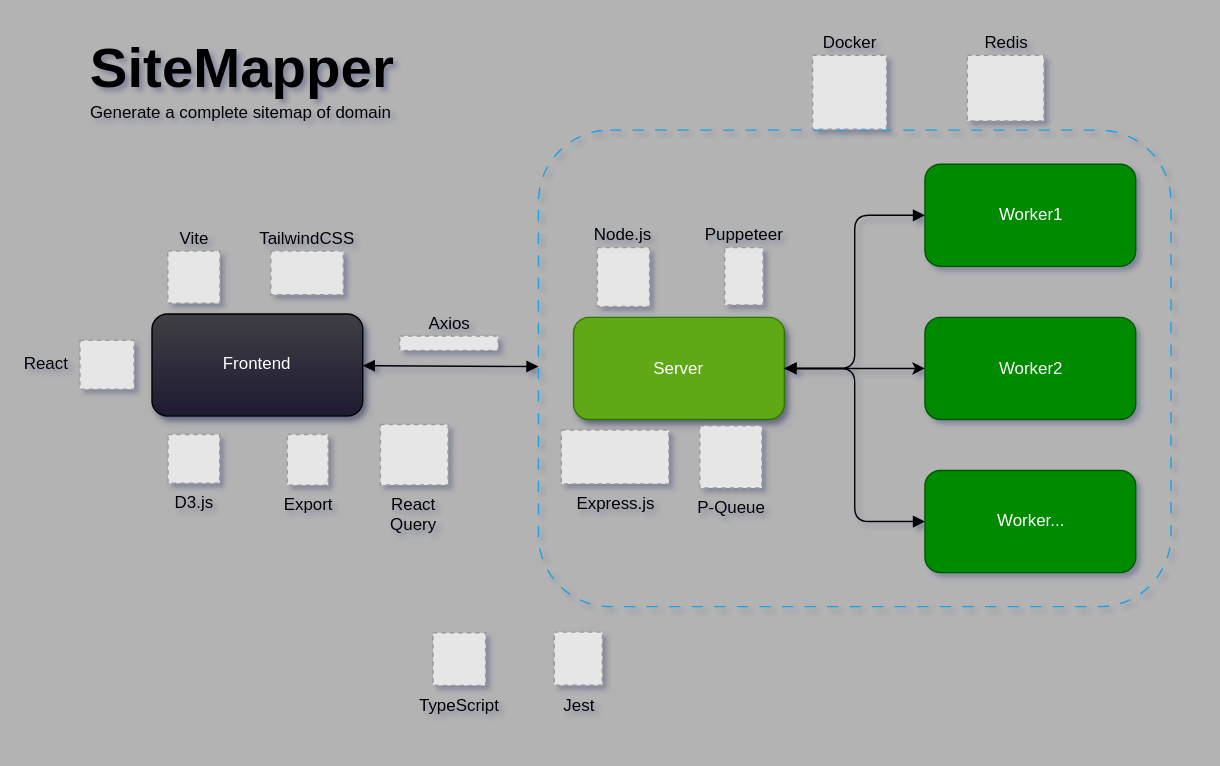
Earlier version of the draw.io diagram .github/diagram.drawio (brunosduarte/project-web-crawler). Source tidied: cells renumbered, new cells numbered last; positions are measured from the earlier drawing's top-left corner, leaving out a move shared by most shapes. Both pictures are drawn from the tidied source at 141%, with x=0, y=0 at pixel (76, 24). Pictures stored in the file or linked from it are replaced by grey dashed boxes.
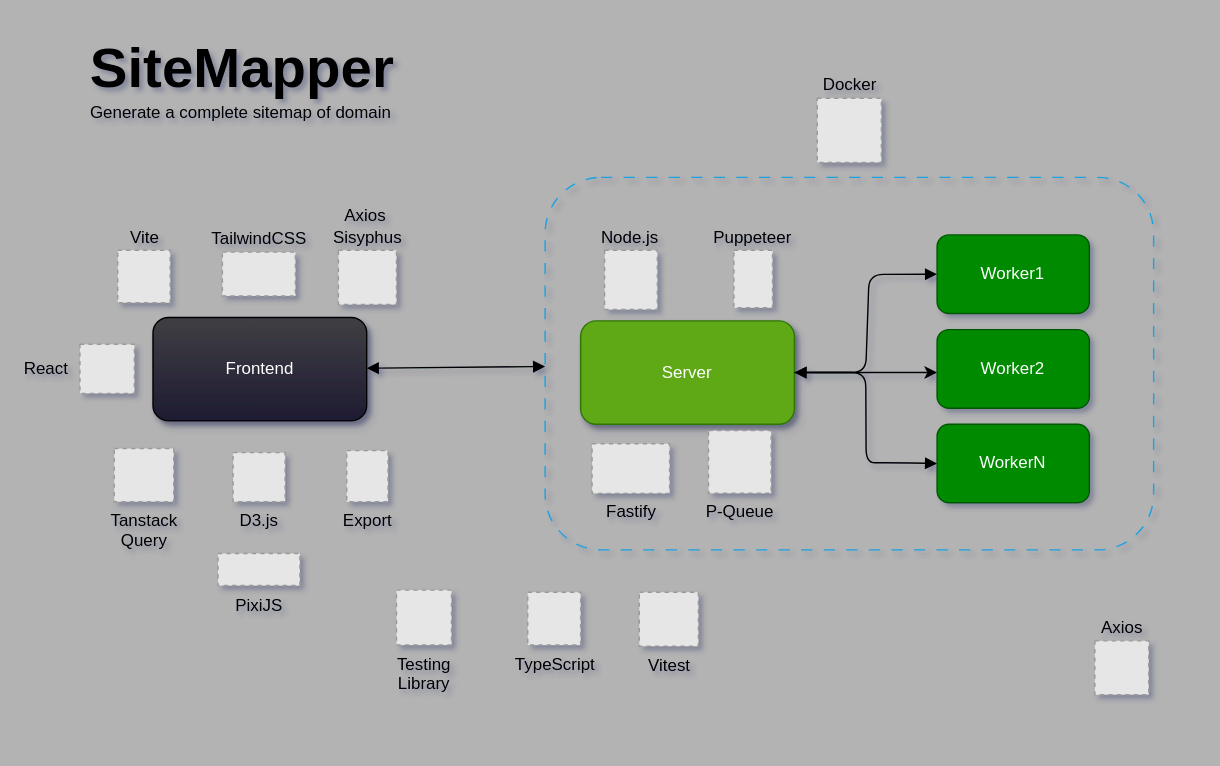
After the change.

Diff of the diagram source:
```diff
@@
-    <mxCell id="2" style="group;" parent="1" vertex="1">
-      <mxGeometry width="776" height="469" as="geometry" />
+    <mxCell id="2" style="group;labelPosition=center;verticalLabelPosition=top;align=center;verticalAlign=bottom;" parent="1" vertex="1">
+      <mxGeometry width="787" height="502.3" as="geometry" />
     </mxCell>
     <mxCell id="3" style="rounded=1;whiteSpace=wrap;html=1;fillColor=none;dashed=1;dashPattern=8 8;strokeColor=#1BA1E2;fontColor=#ffffff;" parent="2" vertex="1">
-      <mxGeometry x="327.4" y="74.8" width="448.6" height="337.9" as="geometry" />
+      <mxGeometry x="332.1" y="108.3" width="431.6" height="264.2" as="geometry" />
     </mxCell>
     <mxCell id="4" value="Server" style="rounded=1;whiteSpace=wrap;html=1;fillColor=#60a917;fontColor=#ffffff;strokeColor=#2D7600;shadow=1;" parent="2" vertex="1">
-      <mxGeometry x="352.3" y="207.6" width="149.5" height="72.4" as="geometry" />
+      <mxGeometry x="357.3" y="210.1" width="151.6" height="73.3" as="geometry" />
     </mxCell>
     <mxCell id="5" value="&lt;font color=&quot;#ffffff&quot;&gt;Frontend&lt;/font&gt;" style="rounded=1;html=1;fillColor=#403F44;gradientColor=#1E1B32;gradientDirection=south;glass=0;shadow=1;labelBackgroundColor=none;labelBorderColor=none;whiteSpace=wrap;fontStyle=0;" parent="2" vertex="1">
-      <mxGeometry x="53.3" y="205.2" width="149.5" height="72.4" as="geometry" />
+      <mxGeometry x="54" y="207.7" width="151.6" height="73.3" as="geometry" />
     </mxCell>
     <mxCell id="6" style="edgeStyle=none;html=1;exitX=0;exitY=0.5;exitDx=0;exitDy=0;startArrow=block;startFill=1;endArrow=block;endFill=1;rounded=1;" parent="2" edge="1" source="7">
       <mxGeometry relative="1" as="geometry">
-        <mxPoint x="501.9" y="243.8" as="targetPoint" />
+        <mxPoint x="509" y="246.7" as="targetPoint" />
         <Array as="points">
-          <mxPoint x="551.7" y="135.2" />
-          <mxPoint x="551.7" y="243.8" />
+          <mxPoint x="561.9" y="177.1" />
+          <mxPoint x="559.5" y="246.7" />
         </Array>
       </mxGeometry>
     </mxCell>
     <mxCell id="7" value="Worker1" style="rounded=1;whiteSpace=wrap;html=1;fillColor=#008a00;fontColor=#ffffff;strokeColor=#005700;" parent="2" vertex="1">
-      <mxGeometry x="601.5" y="99" width="149.5" height="72.4" as="geometry" />
+      <mxGeometry x="610.1" y="149.1" width="108" height="55.7" as="geometry" />
     </mxCell>
-    <mxCell id="8" value="Worker2" style="rounded=1;whiteSpace=wrap;html=1;fillColor=#008a00;fontColor=#ffffff;strokeColor=#005700;" parent="2" vertex="1">
-      <mxGeometry x="601.5" y="207.6" width="149.5" height="72.4" as="geometry" />
-    </mxCell>
-    <mxCell id="9" value="Worker..." style="rounded=1;whiteSpace=wrap;html=1;fillColor=#008a00;fontColor=#ffffff;strokeColor=#005700;" parent="2" vertex="1">
-      <mxGeometry x="601.5" y="316.2" width="149.5" height="72.4" as="geometry" />
-    </mxCell>
-    <mxCell id="10" style="html=1;rounded=1;" parent="2" edge="1" source="4" target="8">
+    <mxCell id="10" style="html=1;rounded=1;" parent="2" edge="1" source="4">
       <mxGeometry relative="1" as="geometry">
+        <mxPoint x="610.1" y="246.7" as="targetPoint" />
         <Array as="points">
-          <mxPoint x="551.7" y="243.8" />
+          <mxPoint x="559.5" y="246.7" />
         </Array>
       </mxGeometry>
     </mxCell>
@@
-    <mxCell id="12" style="edgeStyle=none;html=1;exitX=0;exitY=0.5;exitDx=0;exitDy=0;startArrow=block;startFill=1;endArrow=block;endFill=1;entryX=1;entryY=0.5;entryDx=0;entryDy=0;rounded=1;" parent="2" edge="1" target="4">
+    <mxCell id="12" style="edgeStyle=none;html=1;startArrow=block;startFill=1;endArrow=block;endFill=1;entryX=1;entryY=0.5;entryDx=0;entryDy=0;rounded=1;exitX=0;exitY=0.5;exitDx=0;exitDy=0;" parent="2" edge="1" source="34" target="4">
       <mxGeometry relative="1" as="geometry">
-        <mxPoint x="601.5" y="352.4" as="sourcePoint" />
         <Array as="points">
-          <mxPoint x="551.7" y="352.4" />
-          <mxPoint x="551.7" y="243.8" />
+          <mxPoint x="582.1" y="310.7" />
+          <mxPoint x="559.8" y="310.7" />
+          <mxPoint x="559.5" y="246.7" />
         </Array>
       </mxGeometry>
     </mxCell>
     <mxCell id="13" value="Puppeteer" style="fillColor=#E6E6E6;strokeColor=#999999;dashed=1;verticalLabelPosition=top;labelBackgroundColor=none;verticalAlign=bottom;html=1;whiteSpace=wrap;labelPosition=center;align=center;" parent="2" vertex="1">
-      <mxGeometry x="459.5" y="158.1" width="27.2" height="40.6" as="geometry" />
+      <mxGeometry x="466" y="160" width="27.4" height="40.8" as="geometry" />
     </mxCell>
     <mxCell id="14" value="Vite" style="fillColor=#E6E6E6;strokeColor=#999999;dashed=1;verticalLabelPosition=top;labelBackgroundColor=none;verticalAlign=bottom;html=1;labelPosition=center;align=center;" parent="2" vertex="1">
-      <mxGeometry x="64.5" y="160.6" width="37" height="37" as="geometry" />
+      <mxGeometry x="29" y="160" width="37.2" height="37.2" as="geometry" />
     </mxCell>
     <mxCell id="15" value="React&amp;nbsp; &amp;nbsp;" style="fillColor=#E6E6E6;strokeColor=#999999;dashed=1;verticalLabelPosition=middle;labelBackgroundColor=none;verticalAlign=middle;html=1;labelPosition=left;align=center;spacingLeft=0;" parent="2" vertex="1">
-      <mxGeometry x="2.2" y="223.9" width="38.4" height="34.6" as="geometry" />
+      <mxGeometry x="2.2" y="226.7" width="38.6" height="34.8" as="geometry" />
     </mxCell>
     <mxCell id="16" value="D3.js" style="fillColor=#E6E6E6;strokeColor=#999999;dashed=1;verticalLabelPosition=bottom;labelBackgroundColor=none;verticalAlign=top;html=1;" parent="2" vertex="1">
-      <mxGeometry x="64.7" y="290.6" width="36.6" height="34.6" as="geometry" />
+      <mxGeometry x="110.8" y="303.5" width="36.9" height="34.8" as="geometry" />
     </mxCell>
     <mxCell id="17" value="Docker" style="fillColor=#E6E6E6;strokeColor=#999999;dashed=1;verticalLabelPosition=top;labelBackgroundColor=none;verticalAlign=bottom;html=1;labelPosition=center;align=center;" parent="2" vertex="1">
-      <mxGeometry x="521.8" y="21.7" width="52.5" height="52.5" as="geometry" />
+      <mxGeometry x="525.1" y="52.2" width="45.5" height="45.5" as="geometry" />
     </mxCell>
     <mxCell id="18" value="Export" style="fillColor=#E6E6E6;strokeColor=#999999;dashed=1;verticalLabelPosition=bottom;labelBackgroundColor=none;verticalAlign=top;html=1;" parent="2" vertex="1">
-      <mxGeometry x="149.2" y="290.6" width="29.1" height="36" as="geometry" />
+      <mxGeometry x="191.4" y="302.1" width="29.3" height="36.3" as="geometry" />
     </mxCell>
     <mxCell id="19" value="TypeScript" style="fillColor=#E6E6E6;strokeColor=#999999;dashed=1;verticalLabelPosition=bottom;labelBackgroundColor=none;verticalAlign=top;html=1;" parent="2" vertex="1">
-      <mxGeometry x="252.6" y="431.3" width="37.3" height="37.3" as="geometry" />
+      <mxGeometry x="319.8" y="402.5" width="37.5" height="37.5" as="geometry" />
     </mxCell>
     <mxCell id="20" value="TailwindCSS" style="fillColor=#E6E6E6;strokeColor=#999999;dashed=1;verticalLabelPosition=top;labelBackgroundColor=none;verticalAlign=bottom;html=1;labelPosition=center;align=center;" parent="2" vertex="1">
-      <mxGeometry x="137.6" y="160.6" width="51.4" height="30.9" as="geometry" />
+      <mxGeometry x="103.2" y="161.3" width="51.8" height="31.1" as="geometry" />
     </mxCell>
-    <mxCell id="21" value="Jest" style="fillColor=#E6E6E6;strokeColor=#999999;dashed=1;verticalLabelPosition=bottom;labelBackgroundColor=none;verticalAlign=top;html=1;" parent="2" vertex="1">
-      <mxGeometry x="338.6" y="430.8" width="34.1" height="37.7" as="geometry" />
-    </mxCell>
-    <mxCell id="22" value="Express.js" style="fillColor=#E6E6E6;strokeColor=#999999;dashed=1;verticalLabelPosition=bottom;labelBackgroundColor=none;verticalAlign=top;html=1;" parent="2" vertex="1">
-      <mxGeometry x="343.6" y="287.5" width="76.3" height="38.2" as="geometry" />
-    </mxCell>
     <mxCell id="23" value="Node.js" style="fillColor=#E6E6E6;strokeColor=#999999;dashed=1;verticalLabelPosition=top;labelBackgroundColor=none;verticalAlign=bottom;whiteSpace=wrap;html=1;labelPosition=center;align=center;" parent="2" vertex="1">
-      <mxGeometry x="369.1" y="158.1" width="37.1" height="41.8" as="geometry" />
+      <mxGeometry x="374.3" y="160" width="37.4" height="42" as="geometry" />
     </mxCell>
     <mxCell id="24" style="group;labelBorderColor=none;rounded=1;" parent="2" vertex="1">
-      <mxGeometry width="291.6" height="96.5" as="geometry" />
+      <mxGeometry width="295.7" height="97.7" as="geometry" />
     </mxCell>
-    <mxCell id="25" value="&lt;b&gt;&lt;font style=&quot;font-size: 40px;&quot;&gt;SiteMapper&lt;/font&gt;&lt;/b&gt;" style="text;html=1;align=center;verticalAlign=middle;strokeColor=none;fillColor=none;fontSize=12;fontFamily=Helvetica;sketch=1;hachureGap=4;jiggle=2;curveFitting=1;rounded=1;" parent="24" vertex="1">
+    <mxCell id="25" value="&lt;b&gt;&lt;font style=&quot;font-size: 40px;&quot;&gt;SiteMapper&lt;/font&gt;&lt;/b&gt;" style="text;html=1;align=center;verticalAlign=middle;strokeColor=none;fillColor=none;fontSize=12;fontFamily=Helvetica;hachureGap=4;rounded=1;" parent="24" vertex="1">
       <mxGeometry width="234" height="60" as="geometry" />
     </mxCell>
-    <mxCell id="26" value="&lt;font style=&quot;font-size: 12px;&quot;&gt;Generate a complete sitemap of domain&lt;/font&gt;" style="text;html=1;align=center;verticalAlign=middle;strokeColor=none;fillColor=none;fontSize=30;fontFamily=Helvetica;sketch=1;hachureGap=4;jiggle=2;curveFitting=1;rounded=1;" parent="24" vertex="1">
+    <mxCell id="26" value="&lt;font style=&quot;font-size: 12px;&quot;&gt;Generate a complete sitemap of domain&lt;/font&gt;" style="text;html=1;align=center;verticalAlign=middle;strokeColor=none;fillColor=none;fontSize=30;fontFamily=Helvetica;hachureGap=4;rounded=1;" parent="24" vertex="1">
       <mxGeometry y="32" width="231" height="48" as="geometry" />
     </mxCell>
+    <mxCell id="29" value="P-Queue" style="fillColor=#E6E6E6;strokeColor=#999999;dashed=1;verticalLabelPosition=bottom;labelBackgroundColor=none;verticalAlign=top;html=1;" parent="2" vertex="1">
+      <mxGeometry x="448" y="287.9" width="44.4" height="44.4" as="geometry" />
+    </mxCell>
+    <mxCell id="31" value="Fastify" style="fillColor=#E6E6E6;strokeColor=#999999;dashed=1;verticalLabelPosition=bottom;labelBackgroundColor=none;verticalAlign=top;html=1;" parent="2" vertex="1">
+      <mxGeometry x="365.4" y="297.2" width="55" height="35.2" as="geometry" />
+    </mxCell>
+    <mxCell id="32" value="Vitest" style="fillColor=#E6E6E6;strokeColor=#999999;dashed=1;verticalLabelPosition=bottom;labelBackgroundColor=none;verticalAlign=top;html=1;" parent="2" vertex="1">
+      <mxGeometry x="398.9" y="402.5" width="41.9" height="38.3" as="geometry" />
+    </mxCell>
     <mxCell id="27" value="Axios" style="fillColor=#E6E6E6;strokeColor=#999999;dashed=1;verticalLabelPosition=top;labelBackgroundColor=none;verticalAlign=bottom;html=1;labelPosition=center;align=center;" parent="2" vertex="1">
-      <mxGeometry x="229" y="220.8" width="69.8" height="10.2" as="geometry" />
+      <mxGeometry x="722" y="437" width="38.2" height="38.2" as="geometry" />
     </mxCell>
-    <mxCell id="28" value="React Query" style="fillColor=#E6E6E6;strokeColor=#999999;dashed=1;verticalLabelPosition=bottom;labelBackgroundColor=none;verticalAlign=top;html=1;whiteSpace=wrap;" parent="2" vertex="1">
-      <mxGeometry x="215.3" y="283.6" width="48" height="42.9" as="geometry" />
+    <mxCell id="28" value="Tanstack Query" style="fillColor=#E6E6E6;strokeColor=#999999;dashed=1;verticalLabelPosition=bottom;labelBackgroundColor=none;verticalAlign=top;html=1;whiteSpace=wrap;" parent="2" vertex="1">
+      <mxGeometry x="26.5" y="300.6" width="42.2" height="37.7" as="geometry" />
     </mxCell>
-    <mxCell id="29" value="P-Queue" style="fillColor=#E6E6E6;strokeColor=#999999;dashed=1;verticalLabelPosition=bottom;labelBackgroundColor=none;verticalAlign=top;html=1;" parent="2" vertex="1">
-      <mxGeometry x="441.8" y="284.5" width="44.1" height="44.1" as="geometry" />
-    </mxCell>
-    <mxCell id="30" value="Redis" style="fillColor=#E6E6E6;strokeColor=#999999;dashed=1;verticalLabelPosition=top;labelBackgroundColor=none;verticalAlign=bottom;html=1;labelPosition=center;align=center;" parent="2" vertex="1">
-      <mxGeometry x="631.5" y="21.7" width="54.4" height="46.5" as="geometry" />
-    </mxCell>
+    <mxCell id="33" value="Testing Library" style="fillColor=#E6E6E6;strokeColor=#999999;dashed=1;verticalLabelPosition=bottom;labelBackgroundColor=none;verticalAlign=top;html=1;whiteSpace=wrap;" parent="2" vertex="1">
+      <mxGeometry x="226.7" y="401" width="39" height="39" as="geometry" />
+    </mxCell>
+    <mxCell id="8" value="Worker2" style="rounded=1;whiteSpace=wrap;html=1;fillColor=#008a00;fontColor=#ffffff;strokeColor=#005700;" parent="2" vertex="1">
+      <mxGeometry x="610.1" y="216.3" width="108" height="55.7" as="geometry" />
+    </mxCell>
+    <mxCell id="34" value="WorkerN" style="rounded=1;whiteSpace=wrap;html=1;fillColor=#008a00;fontColor=#ffffff;strokeColor=#005700;" parent="2" vertex="1">
+      <mxGeometry x="610.1" y="283.4" width="108" height="55.7" as="geometry" />
+    </mxCell>
+    <mxCell id="35" value="PixiJS" style="fillColor=#E6E6E6;strokeColor=#999999;dashed=1;verticalLabelPosition=bottom;labelBackgroundColor=none;verticalAlign=top;html=1;" parent="2" vertex="1">
+      <mxGeometry x="100.1" y="375" width="58.1" height="22.8" as="geometry" />
+    </mxCell>
+    <mxCell id="36" value="Axios&amp;nbsp; Sisyphus" style="fillColor=#E6E6E6;strokeColor=#999999;dashed=1;verticalLabelPosition=top;labelBackgroundColor=none;verticalAlign=bottom;html=1;whiteSpace=wrap;labelPosition=center;align=center;" parent="2" vertex="1">
+      <mxGeometry x="185.5" y="160" width="41.2" height="38.5" as="geometry" />
+    </mxCell>
```
